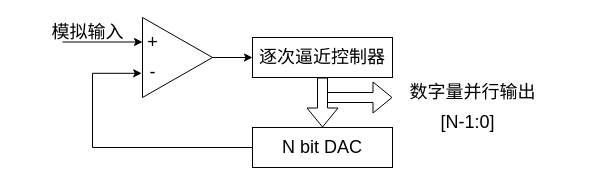
xiaowuzxc/SAR-ADC-FPGA keeps this draw.io diagram as 系统结构.drawio. Above is the earlier version. Source tidied: cells renumbered, new cells numbered last; positions are measured from the earlier drawing's top-left corner, leaving out a move shared by most shapes. Both pictures are drawn from the tidied source at 100%, with x=0, y=0 at pixel (42, 17).
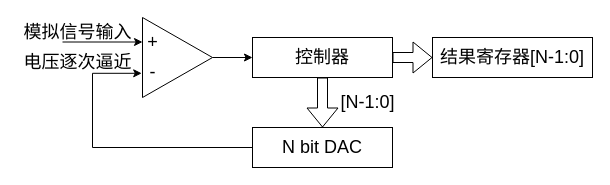
Above is the later version.

What changed in the source:
```diff
@@
 <mxGraphModel>
   <root>
     <mxCell id="0" />
     <mxCell id="1" parent="0" />
-    <mxCell id="2" style="shape=flexArrow;endArrow=classic;html=1;rounded=0;fontSize=18;" parent="1" edge="1">
-      <mxGeometry relative="1" as="geometry">
-        <mxPoint x="280" y="80" as="sourcePoint" />
-        <mxPoint x="350" y="80" as="targetPoint" />
-      </mxGeometry>
-    </mxCell>
     <mxCell id="3" style="edgeStyle=orthogonalEdgeStyle;rounded=0;jettySize=auto;html=1;exitX=1;exitY=0.5;exitDx=0;exitDy=0;entryX=0;entryY=0.5;entryDx=0;entryDy=0;fontSize=18;" parent="1" edge="1" source="4" target="11">
       <mxGeometry relative="1" as="geometry" />
     </mxCell>
     <mxCell id="4" style="triangle;whiteSpace=wrap;html=1;fontSize=18;" parent="1" vertex="1">
       <mxGeometry x="100" width="70" height="80" as="geometry" />
     </mxCell>
     <mxCell id="5" value="+" style="text;html=1;align=center;verticalAlign=middle;strokeColor=none;fillColor=none;fontSize=18;" parent="1" vertex="1">
       <mxGeometry x="95" y="10" width="30" height="30" as="geometry" />
     </mxCell>
     <mxCell id="6" value="-" style="text;html=1;align=center;verticalAlign=middle;points=[];strokeColor=none;fillColor=none;fontSize=18;" parent="1" vertex="1">
       <mxGeometry x="100" y="40" width="20" height="30" as="geometry" />
     </mxCell>
     <mxCell id="7" style="endArrow=classic;html=1;rounded=0;fontSize=18;" parent="1" edge="1">
       <mxGeometry relative="1" as="geometry">
         <mxPoint x="20" y="24.5" as="sourcePoint" />
         <mxPoint x="100" y="24.5" as="targetPoint" />
       </mxGeometry>
     </mxCell>
-    <mxCell id="8" value="模拟输入" style="text;html=1;align=center;verticalAlign=middle;strokeColor=none;fillColor=none;fontSize=18;" parent="1" vertex="1">
-      <mxGeometry width="90" height="30" as="geometry" />
+    <mxCell id="8" value="模拟信号输入" style="text;html=1;align=center;verticalAlign=middle;strokeColor=none;fillColor=none;fontSize=18;" parent="1" vertex="1">
+      <mxGeometry x="-25" width="120" height="30" as="geometry" />
     </mxCell>
     <mxCell id="9" style="edgeStyle=orthogonalEdgeStyle;rounded=0;jettySize=auto;html=1;exitX=0;exitY=0.5;exitDx=0;exitDy=0;entryX=-0.04;entryY=0.527;entryDx=0;entryDy=0;entryPerimeter=0;fontSize=18;" parent="1" edge="1" source="10" target="6">
       <mxGeometry relative="1" as="geometry">
         <Array as="points">
           <mxPoint x="50" y="130" />
           <mxPoint x="50" y="56" />
         </Array>
       </mxGeometry>
     </mxCell>
     <mxCell id="10" value="N bit DAC" style="rounded=0;whiteSpace=wrap;html=1;fontSize=18;" parent="1" vertex="1">
       <mxGeometry x="210" y="110" width="140" height="40" as="geometry" />
     </mxCell>
-    <mxCell id="11" value="逐次逼近控制器" style="rounded=0;whiteSpace=wrap;html=1;fontSize=18;" parent="1" vertex="1">
+    <mxCell id="11" value="控制器" style="rounded=0;whiteSpace=wrap;html=1;fontSize=18;" parent="1" vertex="1">
       <mxGeometry x="210" y="20" width="140" height="40" as="geometry" />
     </mxCell>
     <mxCell id="12" style="shape=flexArrow;endArrow=classic;html=1;rounded=0;fontSize=18;exitX=0.5;exitY=1;exitDx=0;exitDy=0;entryX=0.5;entryY=0;entryDx=0;entryDy=0;fillColor=#FFFFFF;" parent="1" edge="1" source="11" target="10">
       <mxGeometry relative="1" as="geometry" />
     </mxCell>
-    <mxCell id="13" value="数字量并行输出" style="text;html=1;align=center;verticalAlign=middle;strokeColor=none;fillColor=none;fontSize=18;" parent="1" vertex="1">
-      <mxGeometry x="360" y="60" width="140" height="30" as="geometry" />
-    </mxCell>
     <mxCell id="14" value="[N-1:0]" style="text;html=1;align=center;verticalAlign=middle;strokeColor=none;fillColor=none;fontSize=18;" parent="1" vertex="1">
-      <mxGeometry x="390" y="90" width="70" height="30" as="geometry" />
+      <mxGeometry x="290" y="70" width="70" height="30" as="geometry" />
     </mxCell>
+    <mxCell id="15" style="shape=flexArrow;endArrow=classic;html=1;rounded=0;fontSize=18;entryX=0.5;entryY=0;entryDx=0;entryDy=0;fillColor=#FFFFFF;" parent="1" edge="1">
+      <mxGeometry relative="1" as="geometry">
+        <mxPoint x="350" y="40" as="sourcePoint" />
+        <mxPoint x="390" y="40" as="targetPoint" />
+      </mxGeometry>
+    </mxCell>
+    <mxCell id="16" value="结果寄存器&lt;span&gt;[N-1:0]&lt;/span&gt;" style="rounded=0;whiteSpace=wrap;html=1;fontSize=18;" parent="1" vertex="1">
+      <mxGeometry x="390" y="20" width="160" height="40" as="geometry" />
+    </mxCell>
+    <mxCell id="17" value="电压逐次逼近" style="text;html=1;align=center;verticalAlign=middle;strokeColor=none;fillColor=none;fontSize=18;" parent="1" vertex="1">
+      <mxGeometry x="-25" y="30" width="120" height="30" as="geometry" />
+    </mxCell>
   </root>
 </mxGraphModel>
```
